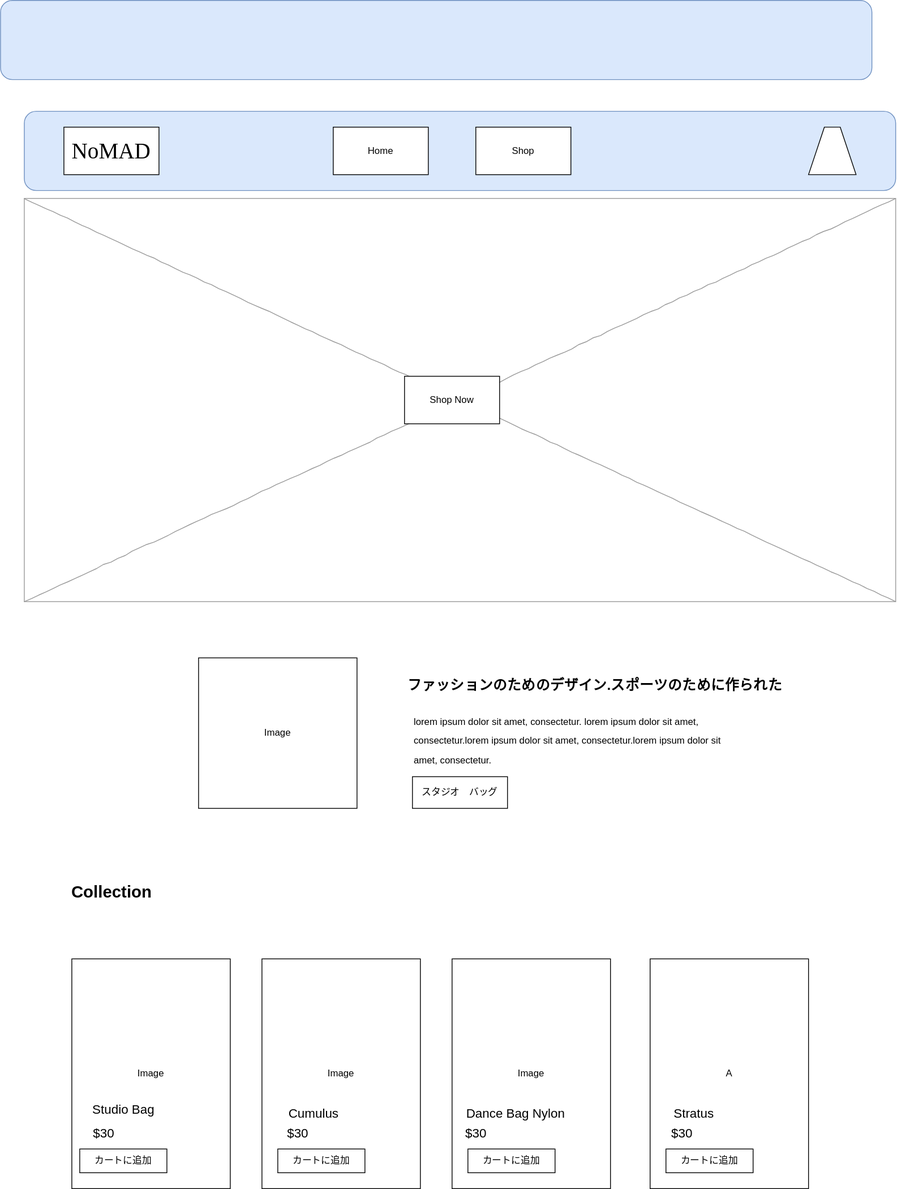
Before: stripe-app.drawio.svg, a diagram exported from draw.io (awsome-cats/react-design). Source tidied: cells renumbered, new cells last; positions are measured from the earlier drawing's top-left corner, leaving out a move shared by most shapes.
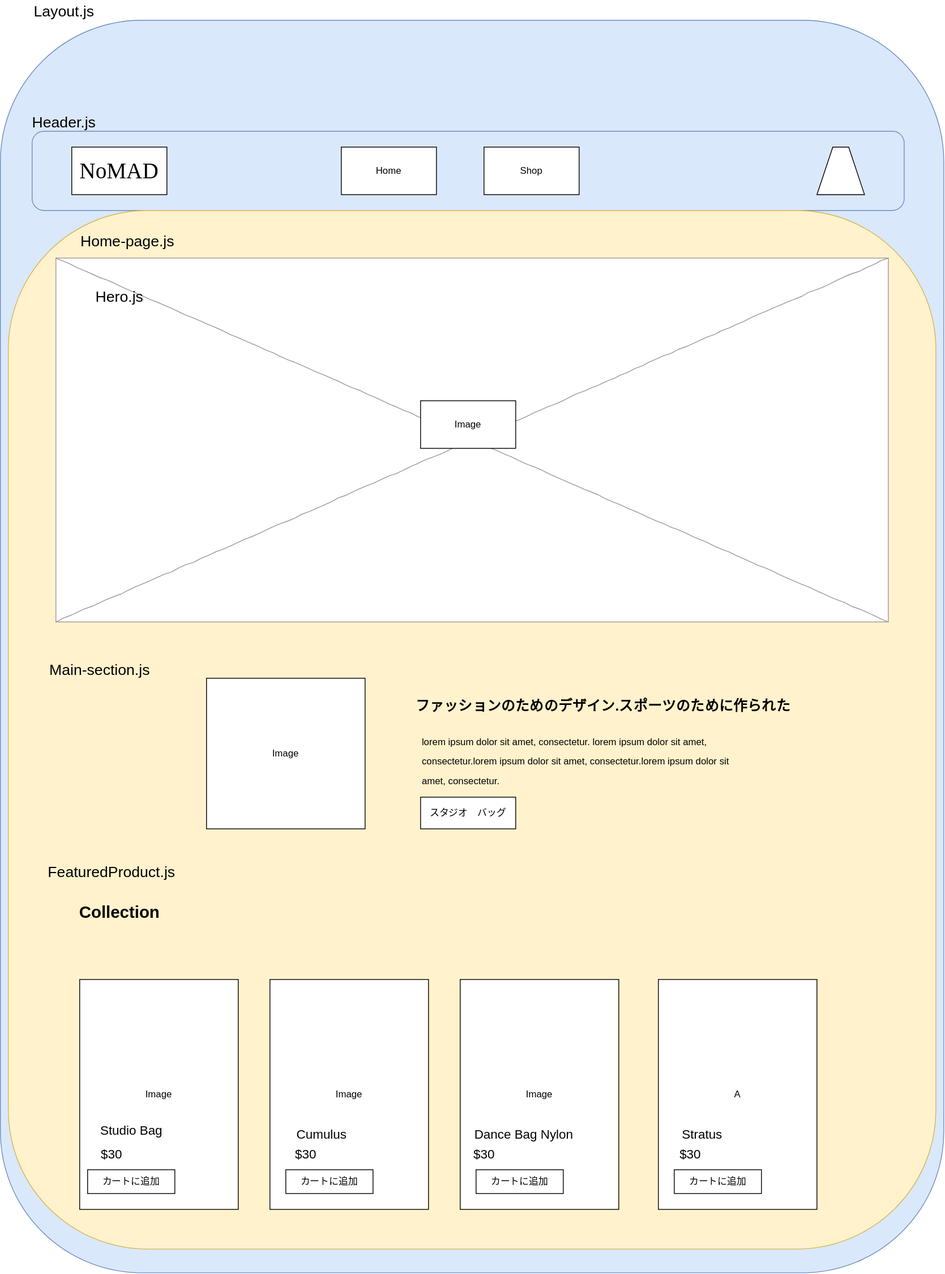
After the change.

Commit message:
stripe-app.drawio.svg を更新します

Diff of the diagram source:
```diff
@@ -2,12 +2,12 @@
   <root>
     <mxCell id="0" />
     <mxCell id="1" parent="0" />
+    <mxCell id="30" style="rounded=1;whiteSpace=wrap;html=1;fontSize=16;align=left;fillColor=#dae8fc;strokeColor=#6c8ebf;" parent="1" vertex="1">
+      <mxGeometry x="-10" width="1190" height="1580" as="geometry" />
+    </mxCell>
     <mxCell id="2" style="rounded=1;whiteSpace=wrap;html=1;fontSize=16;align=left;fillColor=#dae8fc;strokeColor=#6c8ebf;" parent="1" vertex="1">
       <mxGeometry x="30" y="140" width="1100" height="100" as="geometry" />
     </mxCell>
-    <mxCell id="3" style="verticalLabelPosition=bottom;shadow=0;dashed=0;align=center;html=1;verticalAlign=top;strokeWidth=1;shape=mxgraph.mockup.graphics.simpleIcon;strokeColor=#999999;rounded=0;labelBackgroundColor=none;fontFamily=Verdana;fontSize=14;fontColor=#000000;comic=1;" parent="1" vertex="1">
-      <mxGeometry x="30" y="250" width="1100" height="509" as="geometry" />
-    </mxCell>
     <mxCell id="4" value="Home" style="rounded=0;whiteSpace=wrap;html=1;" parent="1" vertex="1">
       <mxGeometry x="420" y="160" width="120" height="60" as="geometry" />
     </mxCell>
@@ -20,9 +20,21 @@
     <mxCell id="7" value="&lt;span style=&quot;font-family: &amp;#34;verdana&amp;#34; ; font-size: 28px&quot;&gt;NoMAD&lt;/span&gt;" style="rounded=0;whiteSpace=wrap;html=1;" parent="1" vertex="1">
       <mxGeometry x="80" y="160" width="120" height="60" as="geometry" />
     </mxCell>
+    <mxCell id="31" value="Header.js" style="text;html=1;align=center;verticalAlign=middle;fillColor=none;strokeColor=none;rounded=0;fontSize=19;" parent="1" vertex="1">
+      <mxGeometry x="20" y="115" width="100" height="30" as="geometry" />
+    </mxCell>
+    <mxCell id="32" value="Layout.js" style="text;html=1;align=center;verticalAlign=middle;fillColor=none;strokeColor=none;rounded=0;fontSize=19;" parent="1" vertex="1">
+      <mxGeometry x="25" y="-25" width="90" height="30" as="geometry" />
+    </mxCell>
     <mxCell id="8" value="Shop Now" style="rounded=0;whiteSpace=wrap;html=1;" parent="1" vertex="1">
       <mxGeometry x="510" y="474.5" width="120" height="60" as="geometry" />
     </mxCell>
+    <mxCell id="33" style="rounded=1;whiteSpace=wrap;html=1;fontSize=16;align=left;fillColor=#fff2cc;strokeColor=#d6b656;" parent="1" vertex="1">
+      <mxGeometry y="240" width="1170" height="1310" as="geometry" />
+    </mxCell>
+    <mxCell id="3" style="verticalLabelPosition=bottom;shadow=0;dashed=0;align=center;html=1;verticalAlign=top;strokeWidth=1;shape=mxgraph.mockup.graphics.simpleIcon;strokeColor=#999999;rounded=0;labelBackgroundColor=none;fontFamily=Verdana;fontSize=14;fontColor=#000000;comic=1;" parent="1" vertex="1">
+      <mxGeometry x="60" y="300" width="1050" height="459" as="geometry" />
+    </mxCell>
     <mxCell id="9" value="Image" style="rounded=0;whiteSpace=wrap;html=1;" parent="1" vertex="1">
       <mxGeometry x="250" y="830" width="200" height="190" as="geometry" />
     </mxCell>
@@ -86,8 +98,20 @@
     <mxCell id="29" value="$30" style="text;html=1;align=center;verticalAlign=middle;fillColor=none;strokeColor=none;rounded=0;fontSize=16;" parent="1" vertex="1">
       <mxGeometry x="110" y="1420" width="40" height="20" as="geometry" />
     </mxCell>
-    <mxCell id="30" style="rounded=1;whiteSpace=wrap;html=1;fontSize=16;align=left;fillColor=#dae8fc;strokeColor=#6c8ebf;" parent="1" vertex="1">
-      <mxGeometry width="1100" height="100" as="geometry" />
-    </mxCell>
+    <mxCell id="34" value="Image" style="rounded=0;whiteSpace=wrap;html=1;" parent="1" vertex="1">
+      <mxGeometry x="520" y="480" width="120" height="60" as="geometry" />
+    </mxCell>
+    <mxCell id="35" value="Home-page.js" style="text;html=1;align=center;verticalAlign=middle;fillColor=none;strokeColor=none;rounded=0;fontSize=19;" parent="1" vertex="1">
+      <mxGeometry x="85" y="265" width="130" height="30" as="geometry" />
+    </mxCell>
+    <mxCell id="36" value="Hero.js" style="text;html=1;align=center;verticalAlign=middle;fillColor=none;strokeColor=none;rounded=0;fontSize=19;" parent="1" vertex="1">
+      <mxGeometry x="100" y="335" width="80" height="30" as="geometry" />
+    </mxCell>
+    <mxCell id="37" value="Main-section.js" style="text;html=1;align=center;verticalAlign=middle;fillColor=none;strokeColor=none;rounded=0;fontSize=19;" parent="1" vertex="1">
+      <mxGeometry x="45" y="805" width="140" height="30" as="geometry" />
+    </mxCell>
+    <mxCell id="38" value="FeaturedProduct.js" style="text;html=1;align=center;verticalAlign=middle;fillColor=none;strokeColor=none;rounded=0;fontSize=19;" parent="1" vertex="1">
+      <mxGeometry x="40" y="1060" width="180" height="30" as="geometry" />
+    </mxCell>
   </root>
 </mxGraphModel>
```
